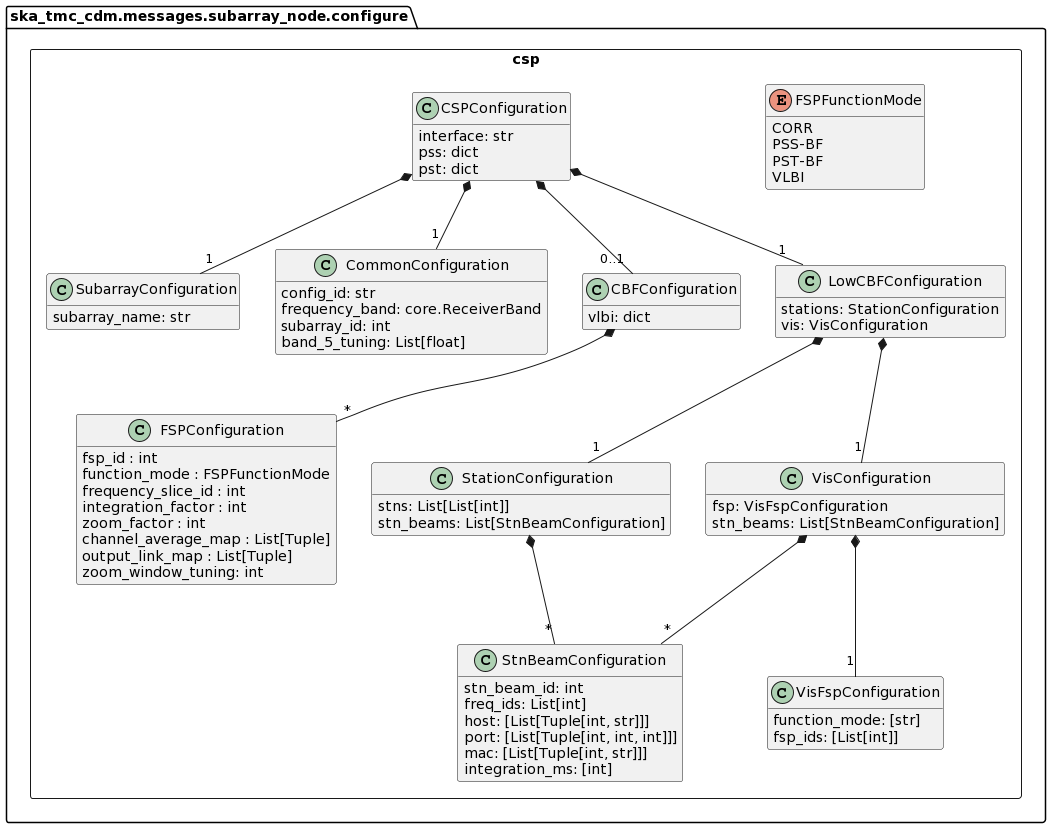
The PlantUML diagram docs/src/developer/subarraynode/csp.png in ska-telescope/cdm-shared-library, before a commit.
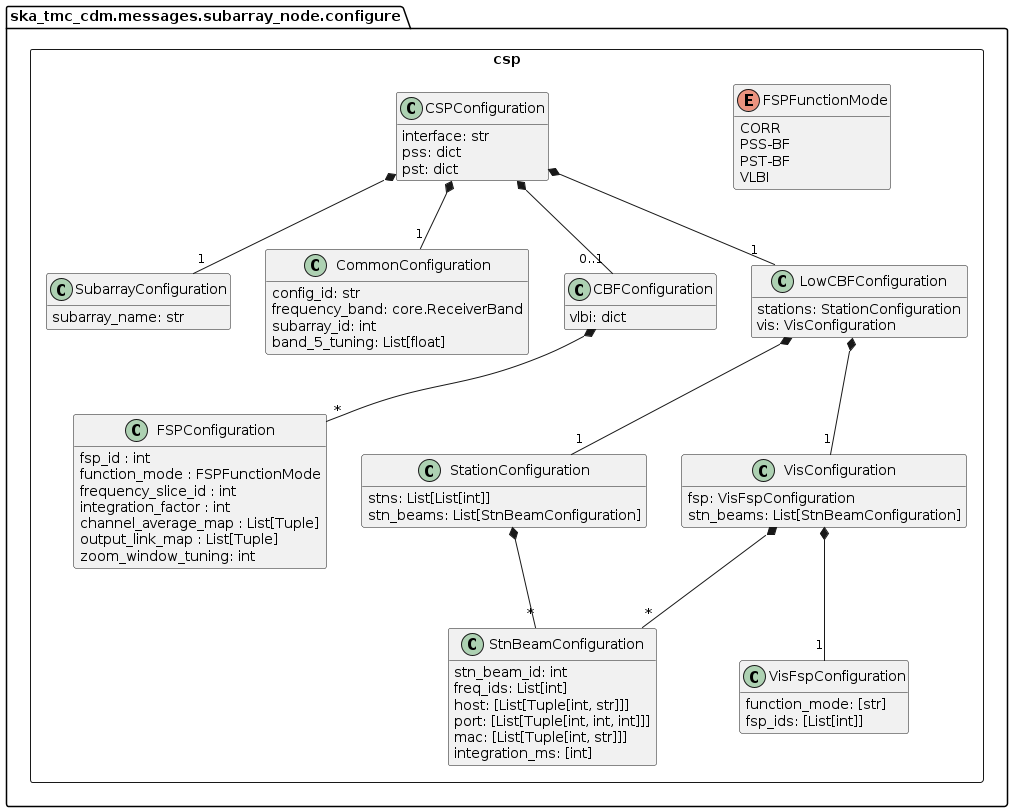
After the change.

Commit message:
STAR-558: Removing use of zoom_factor, tests are unresolved

What changed in the source:
```diff
@@ -35,7 +35,6 @@
 			function_mode : FSPFunctionMode
 			frequency_slice_id : int
 			integration_factor : int
-			zoom_factor : int
 			channel_average_map : List[Tuple]
 			output_link_map : List[Tuple]
 			zoom_window_tuning: int
```
